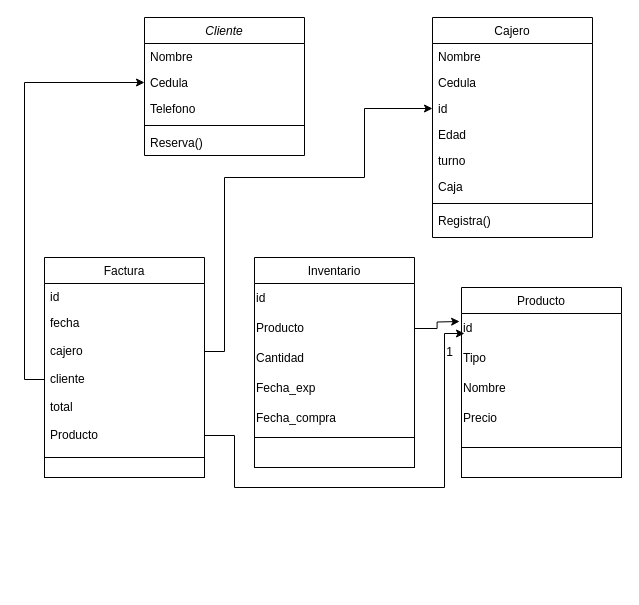
Above: Calida.drawio in Cris25nkl/DIAGRAMS_BD (draw.io), before the change. Source tidied: cells renumbered, new cells numbered last; positions are measured from the earlier drawing's top-left corner, leaving out a move shared by most shapes. Both pictures are drawn from the tidied source at 100%, with x=0, y=0 at pixel (44, 17).
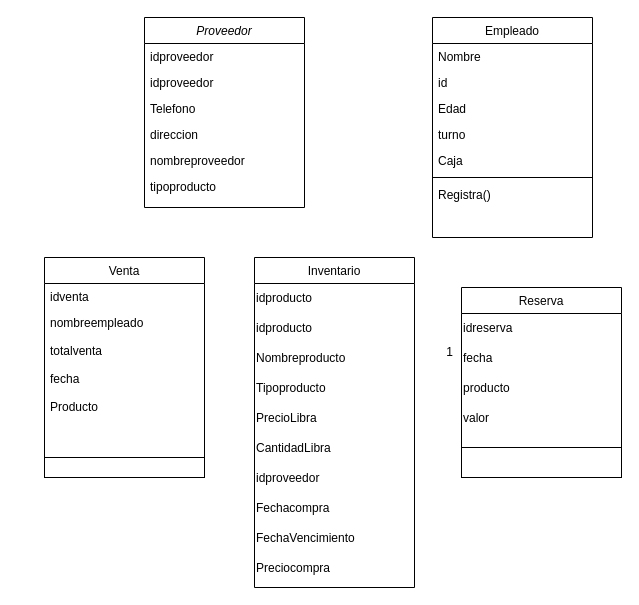
Above is the later version.

What changed in the source:
```diff
@@
-    <mxCell id="2" value="Cliente" style="swimlane;fontStyle=2;align=center;verticalAlign=top;horizontal=1;startSize=26;rounded=0;shadow=0;strokeWidth=1;" parent="1" vertex="1">
-      <mxGeometry x="100" width="160" height="138" as="geometry" />
+    <mxCell id="2" value="Proveedor" style="swimlane;fontStyle=2;align=center;verticalAlign=top;horizontal=1;startSize=26;rounded=0;shadow=0;strokeWidth=1;" parent="1" vertex="1">
+      <mxGeometry x="100" width="160" height="190" as="geometry" />
     </mxCell>
-    <mxCell id="3" value="Nombre" style="text;align=left;verticalAlign=top;spacingLeft=4;spacingRight=4;overflow=hidden;" parent="2" vertex="1">
+    <mxCell id="3" value="idproveedor" style="text;align=left;verticalAlign=top;spacingLeft=4;spacingRight=4;overflow=hidden;" parent="2" vertex="1">
       <mxGeometry y="26" width="160" height="26" as="geometry" />
     </mxCell>
-    <mxCell id="4" value="Cedula" style="text;align=left;verticalAlign=top;spacingLeft=4;spacingRight=4;overflow=hidden;points=[[0,0.5],[1,0.5]];portConstraint=eastwest;rounded=0;shadow=0;html=0;" parent="2" vertex="1">
+    <mxCell id="4" value="idproveedor" style="text;align=left;verticalAlign=top;spacingLeft=4;spacingRight=4;overflow=hidden;points=[[0,0.5],[1,0.5]];portConstraint=eastwest;rounded=0;shadow=0;html=0;" parent="2" vertex="1">
       <mxGeometry y="52" width="160" height="26" as="geometry" />
     </mxCell>
@@
-    <mxCell id="6" style="line;html=1;strokeWidth=1;align=left;verticalAlign=middle;spacingTop=-1;spacingLeft=3;spacingRight=3;labelPosition=right;" parent="2" vertex="1">
-      <mxGeometry y="104" width="160" height="8" as="geometry" />
-    </mxCell>
-    <mxCell id="7" value="Reserva()&#10;" style="text;align=left;verticalAlign=top;spacingLeft=4;spacingRight=4;overflow=hidden;" parent="2" vertex="1">
-      <mxGeometry y="112" width="160" height="26" as="geometry" />
-    </mxCell>
+    <mxCell id="43" value="direccion" style="text;align=left;verticalAlign=top;spacingLeft=4;spacingRight=4;overflow=hidden;rounded=0;shadow=0;html=0;" parent="2" vertex="1">
+      <mxGeometry y="104" width="160" height="26" as="geometry" />
+    </mxCell>
+    <mxCell id="44" value="nombreproveedor" style="text;align=left;verticalAlign=top;spacingLeft=4;spacingRight=4;overflow=hidden;rounded=0;shadow=0;html=0;" parent="2" vertex="1">
+      <mxGeometry y="130" width="160" height="26" as="geometry" />
+    </mxCell>
+    <mxCell id="45" value="tipoproducto" style="text;align=left;verticalAlign=top;spacingLeft=4;spacingRight=4;overflow=hidden;rounded=0;shadow=0;html=0;" parent="2" vertex="1">
+      <mxGeometry y="156" width="160" height="26" as="geometry" />
+    </mxCell>
-    <mxCell id="8" value="Factura" style="swimlane;fontStyle=0;align=center;verticalAlign=top;horizontal=1;startSize=26;rounded=0;shadow=0;strokeWidth=1;" parent="1" vertex="1">
+    <mxCell id="8" value="Venta" style="swimlane;fontStyle=0;align=center;verticalAlign=top;horizontal=1;startSize=26;rounded=0;shadow=0;strokeWidth=1;" parent="1" vertex="1">
       <mxGeometry y="240" width="160" height="220" as="geometry" />
     </mxCell>
-    <mxCell id="9" value="id" style="text;align=left;verticalAlign=top;spacingLeft=4;spacingRight=4;overflow=hidden;" parent="8" vertex="1">
+    <mxCell id="9" value="idventa" style="text;align=left;verticalAlign=top;spacingLeft=4;spacingRight=4;overflow=hidden;" parent="8" vertex="1">
       <mxGeometry y="26" width="160" height="26" as="geometry" />
     </mxCell>
-    <mxCell id="10" value="fecha" style="text;align=left;verticalAlign=top;spacingLeft=4;spacingRight=4;overflow=hidden;rounded=0;shadow=0;html=0;" parent="8" vertex="1">
+    <mxCell id="10" value="nombreempleado" style="text;align=left;verticalAlign=top;spacingLeft=4;spacingRight=4;overflow=hidden;rounded=0;shadow=0;html=0;" parent="8" vertex="1">
       <mxGeometry y="52" width="160" height="28" as="geometry" />
     </mxCell>
-    <mxCell id="11" value="cajero" style="text;align=left;verticalAlign=top;spacingLeft=4;spacingRight=4;overflow=hidden;points=[[0,0.5],[1,0.5]];portConstraint=eastwest;rounded=0;shadow=0;html=0;" parent="8" vertex="1">
+    <mxCell id="11" value="totalventa" style="text;align=left;verticalAlign=top;spacingLeft=4;spacingRight=4;overflow=hidden;points=[[0,0.5],[1,0.5]];portConstraint=eastwest;rounded=0;shadow=0;html=0;" parent="8" vertex="1">
       <mxGeometry y="80" width="160" height="28" as="geometry" />
     </mxCell>
-    <mxCell id="12" value="cliente" style="text;align=left;verticalAlign=top;spacingLeft=4;spacingRight=4;overflow=hidden;points=[[0,0.5],[1,0.5]];portConstraint=eastwest;rounded=0;shadow=0;html=0;" parent="8" vertex="1">
+    <mxCell id="12" value="fecha" style="text;align=left;verticalAlign=top;spacingLeft=4;spacingRight=4;overflow=hidden;points=[[0,0.5],[1,0.5]];portConstraint=eastwest;rounded=0;shadow=0;html=0;" parent="8" vertex="1">
       <mxGeometry y="108" width="160" height="28" as="geometry" />
     </mxCell>
-    <mxCell id="13" value="total" style="text;align=left;verticalAlign=top;spacingLeft=4;spacingRight=4;overflow=hidden;rounded=0;shadow=0;html=0;" parent="8" vertex="1">
-      <mxGeometry y="136" width="160" height="28" as="geometry" />
-    </mxCell>
     <mxCell id="14" value="Producto" style="text;align=left;verticalAlign=top;spacingLeft=4;spacingRight=4;overflow=hidden;points=[[0,0.5],[1,0.5]];portConstraint=eastwest;rounded=0;shadow=0;html=0;" parent="8" vertex="1">
-      <mxGeometry y="164" width="160" height="28" as="geometry" />
+      <mxGeometry y="136" width="160" height="28" as="geometry" />
     </mxCell>
     <mxCell id="15" value="Inventario" style="swimlane;fontStyle=0;align=center;verticalAlign=top;horizontal=1;startSize=26;rounded=0;shadow=0;strokeWidth=1;" parent="1" vertex="1">
-      <mxGeometry x="210" y="240" width="160" height="180" as="geometry" />
+      <mxGeometry x="210" y="240" width="160" height="330" as="geometry" />
     </mxCell>
-    <mxCell id="16" value="id" style="text;html=1;align=left;verticalAlign=middle;strokeColor=none;fillColor=none;" parent="15" vertex="1">
+    <mxCell id="16" value="idproducto" style="text;html=1;align=left;verticalAlign=middle;strokeColor=none;fillColor=none;" parent="15" vertex="1">
       <mxGeometry y="26" width="160" height="30" as="geometry" />
     </mxCell>
-    <mxCell id="17" value="Producto" style="text;html=1;align=left;verticalAlign=middle;points=[];strokeColor=none;fillColor=none;" parent="15" vertex="1">
+    <mxCell id="17" value="idproducto" style="text;html=1;align=left;verticalAlign=middle;points=[];strokeColor=none;fillColor=none;" parent="15" vertex="1">
       <mxGeometry y="56" width="160" height="30" as="geometry" />
     </mxCell>
-    <mxCell id="18" value="Cantidad" style="text;html=1;align=left;verticalAlign=middle;strokeColor=none;fillColor=none;" parent="15" vertex="1">
+    <mxCell id="18" value="Nombreproducto" style="text;html=1;align=left;verticalAlign=middle;strokeColor=none;fillColor=none;" parent="15" vertex="1">
       <mxGeometry y="86" width="160" height="30" as="geometry" />
     </mxCell>
-    <mxCell id="19" value="Fecha_exp" style="text;html=1;align=left;verticalAlign=middle;strokeColor=none;fillColor=none;" parent="15" vertex="1">
+    <mxCell id="19" value="Tipoproducto" style="text;html=1;align=left;verticalAlign=middle;strokeColor=none;fillColor=none;" parent="15" vertex="1">
       <mxGeometry y="116" width="160" height="30" as="geometry" />
     </mxCell>
-    <mxCell id="20" value="Fecha_compra" style="text;html=1;align=left;verticalAlign=middle;strokeColor=none;fillColor=none;" parent="15" vertex="1">
+    <mxCell id="20" value="PrecioLibra" style="text;html=1;align=left;verticalAlign=middle;strokeColor=none;fillColor=none;" parent="15" vertex="1">
       <mxGeometry y="146" width="160" height="30" as="geometry" />
     </mxCell>
+    <mxCell id="46" value="CantidadLibra" style="text;html=1;align=left;verticalAlign=middle;strokeColor=none;fillColor=none;" parent="15" vertex="1">
+      <mxGeometry y="176" width="160" height="30" as="geometry" />
+    </mxCell>
+    <mxCell id="47" value="idproveedor" style="text;html=1;align=left;verticalAlign=middle;strokeColor=none;fillColor=none;" parent="15" vertex="1">
+      <mxGeometry y="206" width="160" height="30" as="geometry" />
+    </mxCell>
+    <mxCell id="48" value="Fechacompra" style="text;html=1;align=left;verticalAlign=middle;strokeColor=none;fillColor=none;" parent="15" vertex="1">
+      <mxGeometry y="236" width="160" height="30" as="geometry" />
+    </mxCell>
+    <mxCell id="49" value="FechaVencimiento" style="text;html=1;align=left;verticalAlign=middle;strokeColor=none;fillColor=none;" parent="15" vertex="1">
+      <mxGeometry y="266" width="160" height="30" as="geometry" />
+    </mxCell>
+    <mxCell id="50" value="Preciocompra" style="text;html=1;align=left;verticalAlign=middle;strokeColor=none;fillColor=none;" parent="15" vertex="1">
+      <mxGeometry y="296" width="160" height="30" as="geometry" />
+    </mxCell>
-    <mxCell id="21" value="Cajero" style="swimlane;fontStyle=0;align=center;verticalAlign=top;horizontal=1;startSize=26;rounded=0;shadow=0;strokeWidth=1;" parent="1" vertex="1">
+    <mxCell id="21" value="Empleado" style="swimlane;fontStyle=0;align=center;verticalAlign=top;horizontal=1;startSize=26;rounded=0;shadow=0;strokeWidth=1;" parent="1" vertex="1">
       <mxGeometry x="388" width="160" height="220" as="geometry" />
     </mxCell>
@@
-    <mxCell id="23" value="Cedula" style="text;align=left;verticalAlign=top;spacingLeft=4;spacingRight=4;overflow=hidden;rounded=0;shadow=0;html=0;" parent="21" vertex="1">
-      <mxGeometry y="52" width="160" height="26" as="geometry" />
-    </mxCell>
     <mxCell id="24" value="id" style="text;align=left;verticalAlign=top;spacingLeft=4;spacingRight=4;overflow=hidden;points=[[0,0.5],[1,0.5]];portConstraint=eastwest;rounded=0;shadow=0;html=0;" parent="21" vertex="1">
-      <mxGeometry y="78" width="160" height="26" as="geometry" />
+      <mxGeometry y="52" width="160" height="26" as="geometry" />
     </mxCell>
     <mxCell id="25" value="Edad" style="text;align=left;verticalAlign=top;spacingLeft=4;spacingRight=4;overflow=hidden;rounded=0;shadow=0;html=0;" parent="21" vertex="1">
-      <mxGeometry y="104" width="160" height="26" as="geometry" />
+      <mxGeometry y="78" width="160" height="26" as="geometry" />
     </mxCell>
     <mxCell id="26" value="turno" style="text;align=left;verticalAlign=top;spacingLeft=4;spacingRight=4;overflow=hidden;rounded=0;shadow=0;html=0;" parent="21" vertex="1">
-      <mxGeometry y="130" width="160" height="26" as="geometry" />
+      <mxGeometry y="104" width="160" height="26" as="geometry" />
     </mxCell>
     <mxCell id="27" value="Caja" style="text;align=left;verticalAlign=top;spacingLeft=4;spacingRight=4;overflow=hidden;rounded=0;shadow=0;html=0;" parent="21" vertex="1">
-      <mxGeometry y="156" width="160" height="26" as="geometry" />
+      <mxGeometry y="130" width="160" height="26" as="geometry" />
     </mxCell>
     <mxCell id="28" style="line;html=1;strokeWidth=1;align=left;verticalAlign=middle;spacingTop=-1;spacingLeft=3;spacingRight=3;labelPosition=right;" parent="21" vertex="1">
-      <mxGeometry y="182" width="160" height="8" as="geometry" />
+      <mxGeometry y="156" width="160" height="8" as="geometry" />
     </mxCell>
     <mxCell id="29" value="Registra()" style="text;align=left;verticalAlign=top;spacingLeft=4;spacingRight=4;overflow=hidden;" parent="21" vertex="1">
-      <mxGeometry y="190" width="160" height="26" as="geometry" />
+      <mxGeometry y="164" width="160" height="26" as="geometry" />
     </mxCell>
-    <mxCell id="30" value="Producto" style="swimlane;fontStyle=0;align=center;verticalAlign=top;horizontal=1;startSize=26;rounded=0;shadow=0;strokeWidth=1;" parent="1" vertex="1">
+    <mxCell id="30" value="Reserva" style="swimlane;fontStyle=0;align=center;verticalAlign=top;horizontal=1;startSize=26;rounded=0;shadow=0;strokeWidth=1;" parent="1" vertex="1">
       <mxGeometry x="417" y="270" width="160" height="160" as="geometry" />
     </mxCell>
-    <mxCell id="31" value="id" style="text;html=1;align=left;verticalAlign=middle;strokeColor=none;fillColor=none;" parent="30" vertex="1">
+    <mxCell id="31" value="idreserva" style="text;html=1;align=left;verticalAlign=middle;strokeColor=none;fillColor=none;" parent="30" vertex="1">
       <mxGeometry y="26" width="160" height="30" as="geometry" />
     </mxCell>
-    <mxCell id="32" value="Tipo" style="text;html=1;align=left;verticalAlign=middle;strokeColor=none;fillColor=none;" parent="30" vertex="1">
+    <mxCell id="32" value="fecha" style="text;html=1;align=left;verticalAlign=middle;strokeColor=none;fillColor=none;" parent="30" vertex="1">
       <mxGeometry y="56" width="160" height="30" as="geometry" />
     </mxCell>
-    <mxCell id="33" value="Nombre" style="text;html=1;align=left;verticalAlign=middle;strokeColor=none;fillColor=none;" parent="30" vertex="1">
+    <mxCell id="33" value="producto" style="text;html=1;align=left;verticalAlign=middle;strokeColor=none;fillColor=none;" parent="30" vertex="1">
       <mxGeometry y="86" width="160" height="30" as="geometry" />
     </mxCell>
-    <mxCell id="34" value="Precio" style="text;html=1;align=left;verticalAlign=middle;strokeColor=none;fillColor=none;" parent="30" vertex="1">
+    <mxCell id="34" value="valor" style="text;html=1;align=left;verticalAlign=middle;strokeColor=none;fillColor=none;" parent="30" vertex="1">
       <mxGeometry y="116" width="160" height="30" as="geometry" />
     </mxCell>
@@
-    <mxCell id="37" style="edgeStyle=orthogonalEdgeStyle;rounded=0;jettySize=auto;html=1;exitX=0;exitY=0.5;exitDx=0;exitDy=0;entryX=0;entryY=0.5;entryDx=0;entryDy=0;" parent="1" edge="1" source="12" target="4">
-      <mxGeometry relative="1" as="geometry" />
-    </mxCell>
-    <mxCell id="38" style="edgeStyle=orthogonalEdgeStyle;rounded=0;jettySize=auto;html=1;exitX=1;exitY=0.5;exitDx=0;exitDy=0;entryX=0;entryY=0.5;entryDx=0;entryDy=0;" parent="1" edge="1" source="11" target="24">
-      <mxGeometry relative="1" as="geometry">
-        <Array as="points">
-          <mxPoint x="180" y="334" />
-          <mxPoint x="180" y="160" />
-          <mxPoint x="320" y="160" />
-          <mxPoint x="320" y="91" />
-        </Array>
-      </mxGeometry>
-    </mxCell>
-    <mxCell id="39" style="whiteSpace=wrap;html=1;verticalAlign=top;fontStyle=0;startSize=26;rounded=0;shadow=0;strokeWidth=1;" parent="1" vertex="1">
-      <mxGeometry x="210" y="420" width="160" height="30" as="geometry" />
-    </mxCell>
-    <mxCell id="40" style="edgeStyle=orthogonalEdgeStyle;rounded=0;jettySize=auto;html=1;entryX=-0.012;entryY=0.085;entryDx=0;entryDy=0;entryPerimeter=0;" parent="1" edge="1" source="17">
-      <mxGeometry relative="1" as="geometry">
-        <mxPoint x="415.1" y="304" as="targetPoint" />
-      </mxGeometry>
-    </mxCell>
-    <mxCell id="41" style="edgeStyle=orthogonalEdgeStyle;rounded=0;jettySize=auto;html=1;entryX=0.019;entryY=0.213;entryDx=0;entryDy=0;entryPerimeter=0;" parent="1" edge="1" source="14">
-      <mxGeometry relative="1" as="geometry">
-        <mxPoint x="420" y="316" as="targetPoint" />
-        <Array as="points">
-          <mxPoint x="190" y="418" />
-          <mxPoint x="190" y="470" />
-          <mxPoint x="400" y="470" />
-          <mxPoint x="400" y="316" />
-        </Array>
-      </mxGeometry>
-    </mxCell>
```
